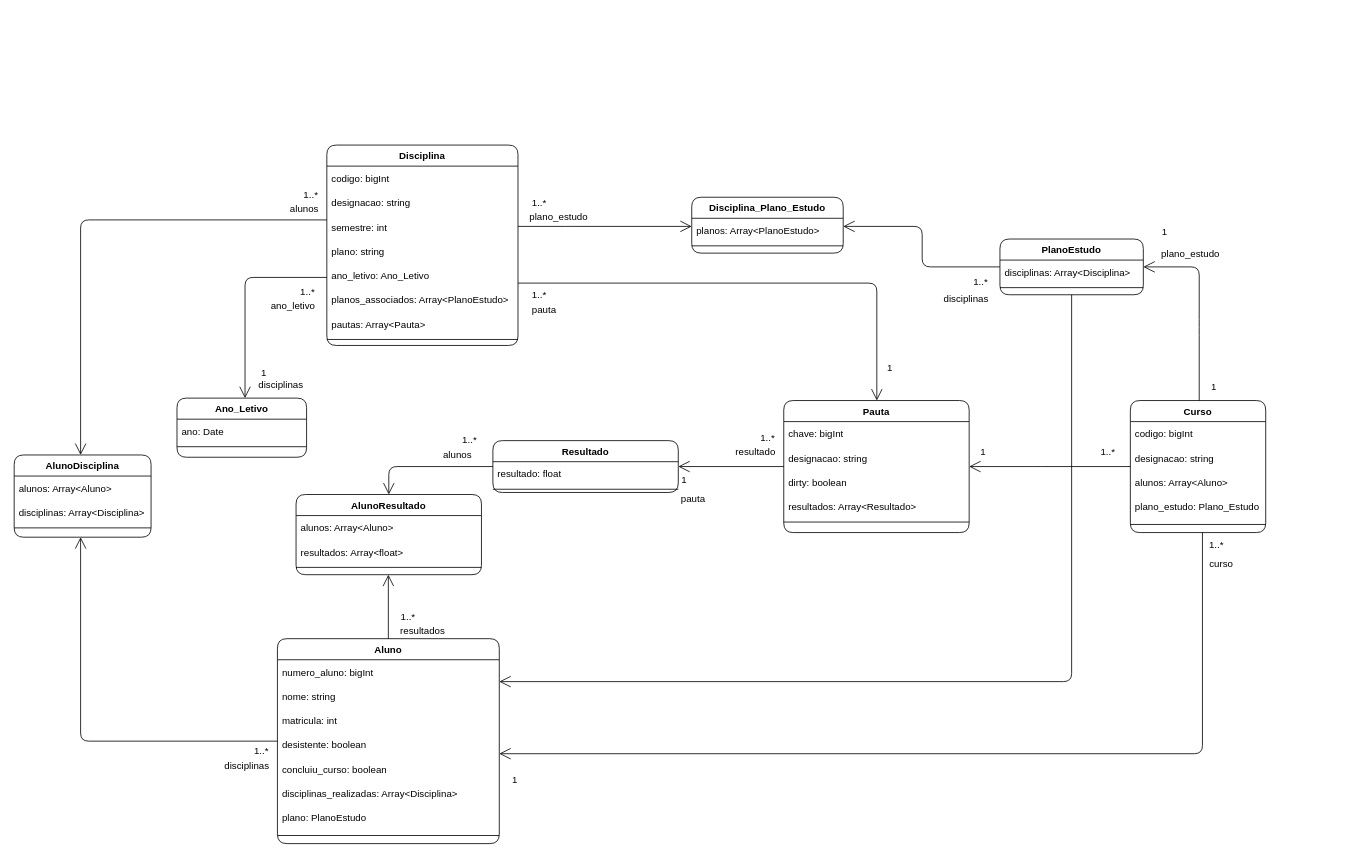
This is page "Domain" (1 of 2) of Docs/Diagrams.drawio from ruimpcastro/pweb2022, a draw.io file, before an edit. Source tidied: cells renumbered, new cells numbered last; positions are measured from the earlier drawing's top-left corner, leaving out a move shared by most shapes. Both pictures are drawn from the tidied source at 81%, with x=0, y=0 at pixel (14, 145).
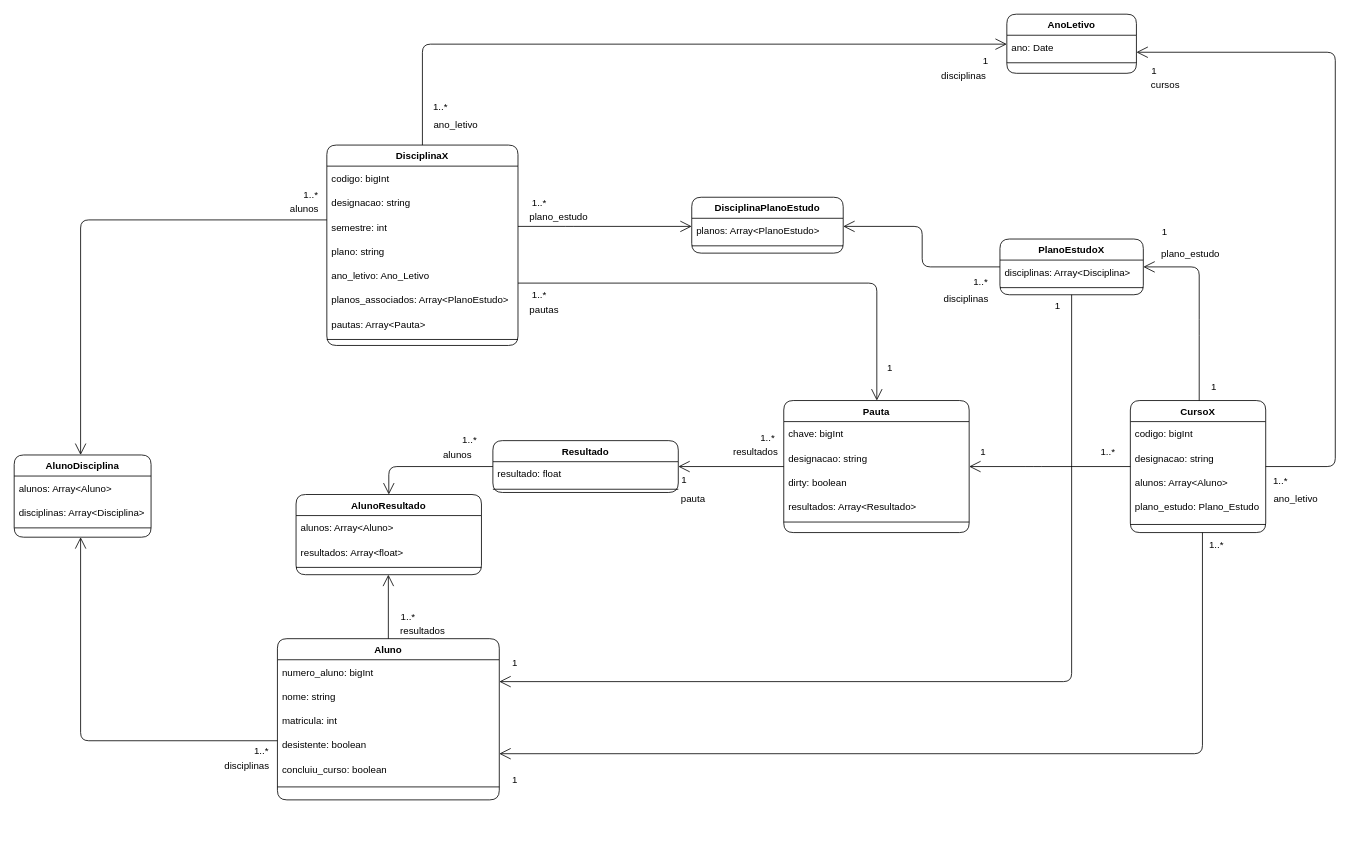
The same page after the edit.

Diff of the diagram source:
```diff
@@
     <mxCell id="2" value="Aluno" style="swimlane;fontStyle=1;align=center;verticalAlign=top;horizontal=1;startSize=26;shadow=0;strokeWidth=1;rounded=1;" parent="1" vertex="1">
-      <mxGeometry x="325" y="609" width="273.9" height="253" as="geometry" />
+      <mxGeometry x="325" y="609" width="273.9" height="199" as="geometry" />
     </mxCell>
@@
-    <mxCell id="8" value="disciplinas_realizadas: Array&lt;Disciplina&gt;" style="text;strokeColor=none;fillColor=none;align=left;verticalAlign=middle;spacingLeft=4;spacingRight=4;overflow=hidden;rounded=1;" parent="2" vertex="1">
-      <mxGeometry y="176" width="273.9" height="30" as="geometry" />
-    </mxCell>
-    <mxCell id="9" value="plano: PlanoEstudo" style="text;strokeColor=none;fillColor=none;align=left;verticalAlign=middle;spacingLeft=4;spacingRight=4;overflow=hidden;rounded=1;" parent="2" vertex="1">
-      <mxGeometry y="206" width="273.9" height="30" as="geometry" />
-    </mxCell>
     <mxCell id="10" style="line;html=1;strokeWidth=1;align=left;verticalAlign=middle;spacingTop=-1;spacingLeft=3;spacingRight=3;labelPosition=right;rounded=1;" parent="2" vertex="1">
-      <mxGeometry y="236" width="273.9" height="14" as="geometry" />
+      <mxGeometry y="176" width="273.9" height="14" as="geometry" />
     </mxCell>
-    <mxCell id="11" value="Disciplina" style="swimlane;fontStyle=1;align=center;verticalAlign=top;horizontal=1;startSize=26;shadow=0;strokeWidth=1;rounded=1;" parent="1" vertex="1">
+    <mxCell id="11" value="DisciplinaX" style="swimlane;fontStyle=1;align=center;verticalAlign=top;horizontal=1;startSize=26;shadow=0;strokeWidth=1;rounded=1;" parent="1" vertex="1">
       <mxGeometry x="386" y="-0.4" width="236" height="247.4" as="geometry" />
     </mxCell>
@@
-    <mxCell id="20" value="Curso" style="swimlane;fontStyle=1;align=center;verticalAlign=top;horizontal=1;startSize=26;shadow=0;strokeWidth=1;rounded=1;" parent="1" vertex="1">
+    <mxCell id="20" value="CursoX" style="swimlane;fontStyle=1;align=center;verticalAlign=top;horizontal=1;startSize=26;shadow=0;strokeWidth=1;rounded=1;" parent="1" vertex="1">
       <mxGeometry x="1378" y="315" width="167.1" height="163" as="geometry" />
     </mxCell>
@@
-    <mxCell id="26" value="PlanoEstudo" style="swimlane;fontStyle=1;align=center;verticalAlign=top;horizontal=1;startSize=26;shadow=0;strokeWidth=1;rounded=1;" parent="1" vertex="1">
+    <mxCell id="26" value="PlanoEstudoX" style="swimlane;fontStyle=1;align=center;verticalAlign=top;horizontal=1;startSize=26;shadow=0;strokeWidth=1;rounded=1;" parent="1" vertex="1">
       <mxGeometry x="1217" y="115.6" width="177" height="68.8" as="geometry" />
     </mxCell>
@@
-    <mxCell id="47" value="curso" style="text;html=1;align=center;verticalAlign=middle;strokeColor=none;fillColor=none;" parent="1" vertex="1">
-      <mxGeometry x="1470" y="508" width="39" height="18" as="geometry" />
-    </mxCell>
@@
-    <mxCell id="55" value="Ano_Letivo" style="swimlane;fontStyle=1;align=center;verticalAlign=top;horizontal=1;startSize=26;shadow=0;strokeWidth=1;rounded=1;" parent="1" vertex="1">
-      <mxGeometry x="201" y="312" width="160" height="73" as="geometry" />
+    <mxCell id="55" value="AnoLetivo" style="swimlane;fontStyle=1;align=center;verticalAlign=top;horizontal=1;startSize=26;shadow=0;strokeWidth=1;rounded=1;" parent="1" vertex="1">
+      <mxGeometry x="1225.5" y="-162" width="160" height="73" as="geometry" />
     </mxCell>
@@
     <mxCell id="58" style="endArrow=open;endFill=1;endSize=12;html=1;rounded=1;edgeStyle=orthogonalEdgeStyle;" parent="1" edge="1" source="11" target="55">
       <mxGeometry relative="1" as="geometry">
         <Array as="points">
-          <mxPoint x="285" y="163" />
+          <mxPoint x="504" y="-125" />
         </Array>
       </mxGeometry>
     </mxCell>
     <mxCell id="59" value="1..*" style="text;html=1;align=center;verticalAlign=middle;strokeColor=none;fillColor=none;" parent="1" vertex="1">
-      <mxGeometry x="348" y="172" width="28" height="18" as="geometry" />
+      <mxGeometry x="512" y="-56" width="28" height="18" as="geometry" />
     </mxCell>
     <mxCell id="60" value="1" style="text;html=1;align=center;verticalAlign=middle;strokeColor=none;fillColor=none;" parent="1" vertex="1">
-      <mxGeometry x="299" y="272" width="17" height="18" as="geometry" />
+      <mxGeometry x="1190" y="-113" width="17" height="18" as="geometry" />
     </mxCell>
@@
-    <mxCell id="67" value="pauta" style="text;html=1;align=center;verticalAlign=middle;strokeColor=none;fillColor=none;" parent="1" vertex="1">
-      <mxGeometry x="634" y="194" width="40" height="18" as="geometry" />
+    <mxCell id="67" value="pautas" style="text;html=1;align=center;verticalAlign=middle;strokeColor=none;fillColor=none;" parent="1" vertex="1">
+      <mxGeometry x="631" y="194" width="46" height="18" as="geometry" />
     </mxCell>
-    <mxCell id="68" value="Disciplina_Plano_Estudo" style="swimlane;fontStyle=1;align=center;verticalAlign=top;horizontal=1;startSize=26;shadow=0;strokeWidth=1;rounded=1;" parent="1" vertex="1">
+    <mxCell id="68" value="DisciplinaPlanoEstudo" style="swimlane;fontStyle=1;align=center;verticalAlign=top;horizontal=1;startSize=26;shadow=0;strokeWidth=1;rounded=1;" parent="1" vertex="1">
       <mxGeometry x="836.5" y="64" width="187" height="69" as="geometry" />
     </mxCell>
@@
-    <mxCell id="80" value="resultado" style="text;html=1;align=center;verticalAlign=middle;strokeColor=none;fillColor=none;" parent="1" vertex="1">
-      <mxGeometry x="885" y="370" width="59" height="18" as="geometry" />
+    <mxCell id="80" value="resultados" style="text;html=1;align=center;verticalAlign=middle;strokeColor=none;fillColor=none;" parent="1" vertex="1">
+      <mxGeometry x="882" y="370" width="65" height="18" as="geometry" />
     </mxCell>
@@
     <mxCell id="83" value="disciplinas" style="text;html=1;align=center;verticalAlign=middle;strokeColor=none;fillColor=none;" parent="1" vertex="1">
-      <mxGeometry x="296" y="287" width="65" height="18" as="geometry" />
+      <mxGeometry x="1139" y="-95" width="65" height="18" as="geometry" />
     </mxCell>
@@
     <mxCell id="86" value="ano_letivo" style="text;html=1;align=center;verticalAlign=middle;strokeColor=none;fillColor=none;" parent="1" vertex="1">
-      <mxGeometry x="311" y="190" width="65" height="18" as="geometry" />
+      <mxGeometry x="512" y="-34" width="65" height="18" as="geometry" />
     </mxCell>
@@
+    <mxCell id="96" style="endArrow=open;endFill=1;endSize=12;html=1;rounded=1;edgeStyle=orthogonalEdgeStyle;" parent="1" edge="1" source="20" target="55">
+      <mxGeometry relative="1" as="geometry">
+        <Array as="points">
+          <mxPoint x="1631" y="397" />
+          <mxPoint x="1631" y="-115" />
+        </Array>
+      </mxGeometry>
+    </mxCell>
+    <mxCell id="97" value="1..*" style="text;html=1;align=center;verticalAlign=middle;strokeColor=none;fillColor=none;" parent="1" vertex="1">
+      <mxGeometry x="1549" y="406" width="28" height="18" as="geometry" />
+    </mxCell>
+    <mxCell id="98" value="ano_letivo" style="text;html=1;align=center;verticalAlign=middle;strokeColor=none;fillColor=none;" parent="1" vertex="1">
+      <mxGeometry x="1549" y="428" width="65" height="18" as="geometry" />
+    </mxCell>
+    <mxCell id="99" value="1" style="text;html=1;align=center;verticalAlign=middle;strokeColor=none;fillColor=none;" parent="1" vertex="1">
+      <mxGeometry x="1398" y="-101" width="17" height="18" as="geometry" />
+    </mxCell>
+    <mxCell id="100" value="cursos" style="text;html=1;align=center;verticalAlign=middle;strokeColor=none;fillColor=none;" parent="1" vertex="1">
+      <mxGeometry x="1398" y="-83" width="45" height="18" as="geometry" />
+    </mxCell>
+    <mxCell id="101" value="1" style="text;html=1;align=center;verticalAlign=middle;strokeColor=none;fillColor=none;fontColor=default;" parent="1" vertex="1">
+      <mxGeometry x="1279" y="189" width="17" height="18" as="geometry" />
+    </mxCell>
+    <mxCell id="102" value="1" style="text;html=1;align=center;verticalAlign=middle;strokeColor=none;fillColor=none;fontColor=default;" parent="1" vertex="1">
+      <mxGeometry x="609" y="630" width="17" height="18" as="geometry" />
+    </mxCell>
```
